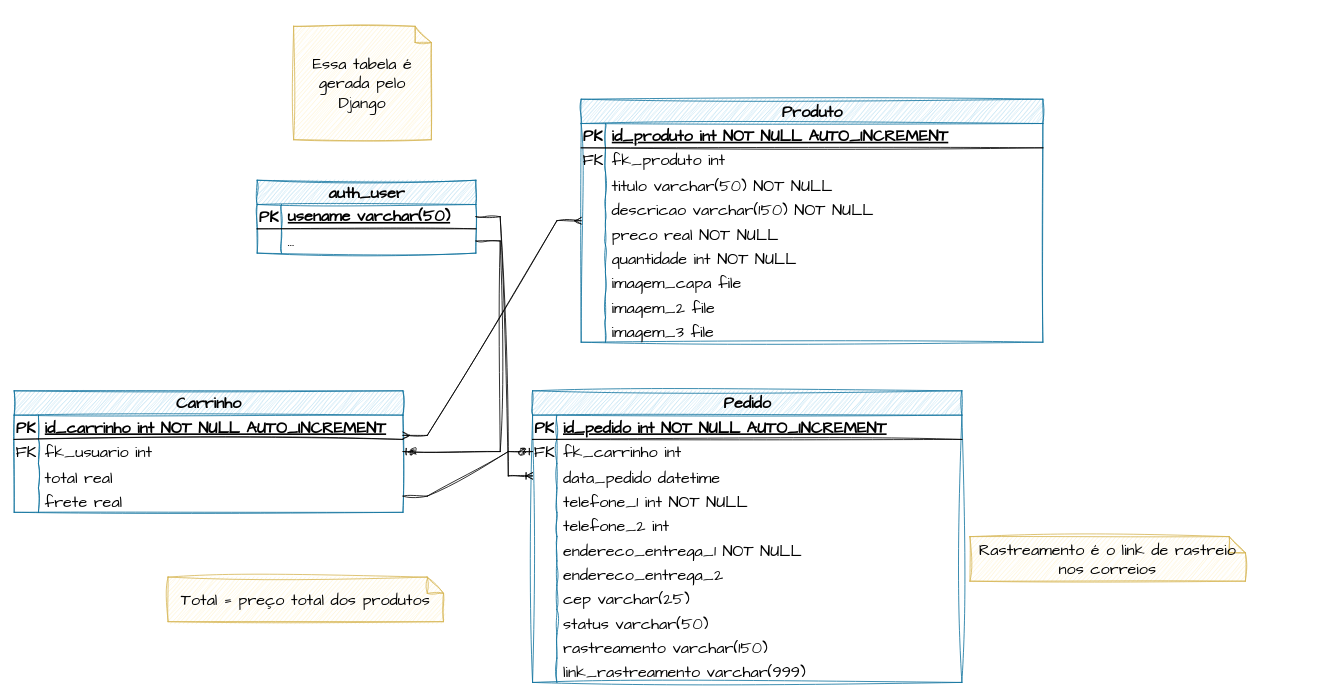
Above: docs/DER.drawio in rafaelngoncalves5/classewatches (draw.io), before the change. Source tidied: cells renumbered, new cells numbered last; positions are measured from the earlier drawing's top-left corner, leaving out a move shared by most shapes. Both pictures are drawn from the tidied source at 81%, with x=0, y=0 at pixel (14, 26).
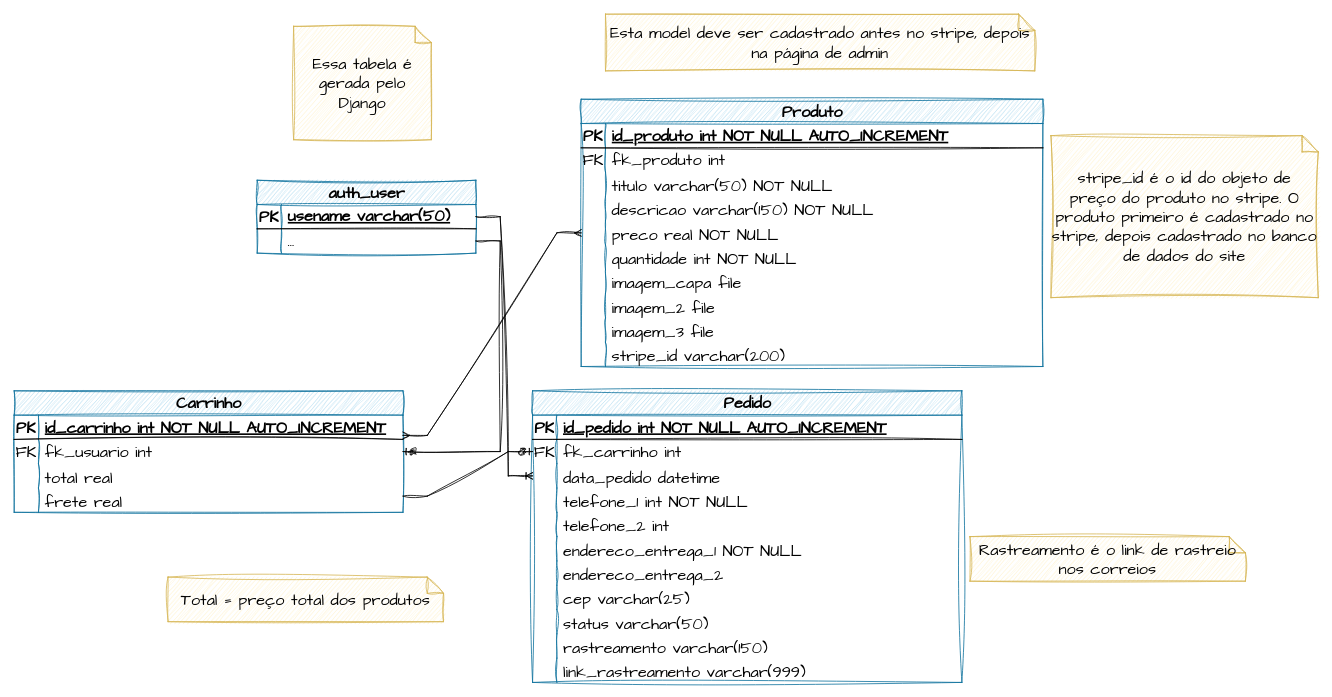
After the change.

Change to the diagram source:
```diff
@@
     <mxCell id="2" value="&lt;font color=&quot;#000000&quot;&gt;Produto&lt;/font&gt;" style="shape=table;startSize=30;childLayout=tableLayout;rowLines=0;fontStyle=1;align=center;html=1;sketch=1;hachureGap=4;jiggle=2;curveFitting=1;fontFamily=Architects Daughter;fontSize=20;fillColor=#b1ddf0;strokeColor=#10739e;" parent="1" vertex="1">
-      <mxGeometry x="700" y="90" width="570" height="300" as="geometry" />
+      <mxGeometry x="700" y="90" width="570" height="330" as="geometry" />
     </mxCell>
@@
+    <mxCell id="93" style="shape=tableRow;horizontal=0;startSize=0;swimlaneHead=0;swimlaneBody=0;fillColor=none;top=0;left=0;right=0;bottom=0;sketch=1;hachureGap=4;jiggle=2;curveFitting=1;fontFamily=Architects Daughter;fontSize=20;" parent="2" vertex="1">
+      <mxGeometry y="300" width="570" height="30" as="geometry" />
+    </mxCell>
+    <mxCell id="94" style="shape=partialRectangle;fillColor=none;top=0;left=0;bottom=0;right=0;overflow=hidden;sketch=1;hachureGap=4;jiggle=2;curveFitting=1;fontFamily=Architects Daughter;fontSize=20;" parent="93" vertex="1">
+      <mxGeometry width="30" height="30" as="geometry" />
+    </mxCell>
+    <mxCell id="95" value="stripe_id varchar(200)" style="shape=partialRectangle;fillColor=none;top=0;left=0;bottom=0;right=0;align=left;spacingLeft=6;overflow=hidden;sketch=1;hachureGap=4;jiggle=2;curveFitting=1;fontFamily=Architects Daughter;fontSize=20;" parent="93" vertex="1">
+      <mxGeometry x="30" width="540" height="30" as="geometry" />
+    </mxCell>
@@
+    <mxCell id="96" value="stripe_id é o id do objeto de preço do produto no stripe. O produto primeiro é cadastrado no stripe, depois cadastrado no banco de dados do site" style="shape=note;size=20;whiteSpace=wrap;html=1;sketch=1;hachureGap=4;jiggle=2;curveFitting=1;fontFamily=Architects Daughter;fontSize=20;fillColor=#fff2cc;strokeColor=#d6b656;" parent="1" vertex="1">
+      <mxGeometry x="1280" y="135" width="330" height="200" as="geometry" />
+    </mxCell>
+    <mxCell id="97" value="Esta model deve ser cadastrado antes no stripe, depois na página de admin" style="shape=note;size=20;whiteSpace=wrap;html=1;sketch=1;hachureGap=4;jiggle=2;curveFitting=1;fontFamily=Architects Daughter;fontSize=20;fillColor=#fff2cc;strokeColor=#d6b656;" parent="1" vertex="1">
+      <mxGeometry x="730" y="-15" width="530" height="70" as="geometry" />
+    </mxCell>
```
